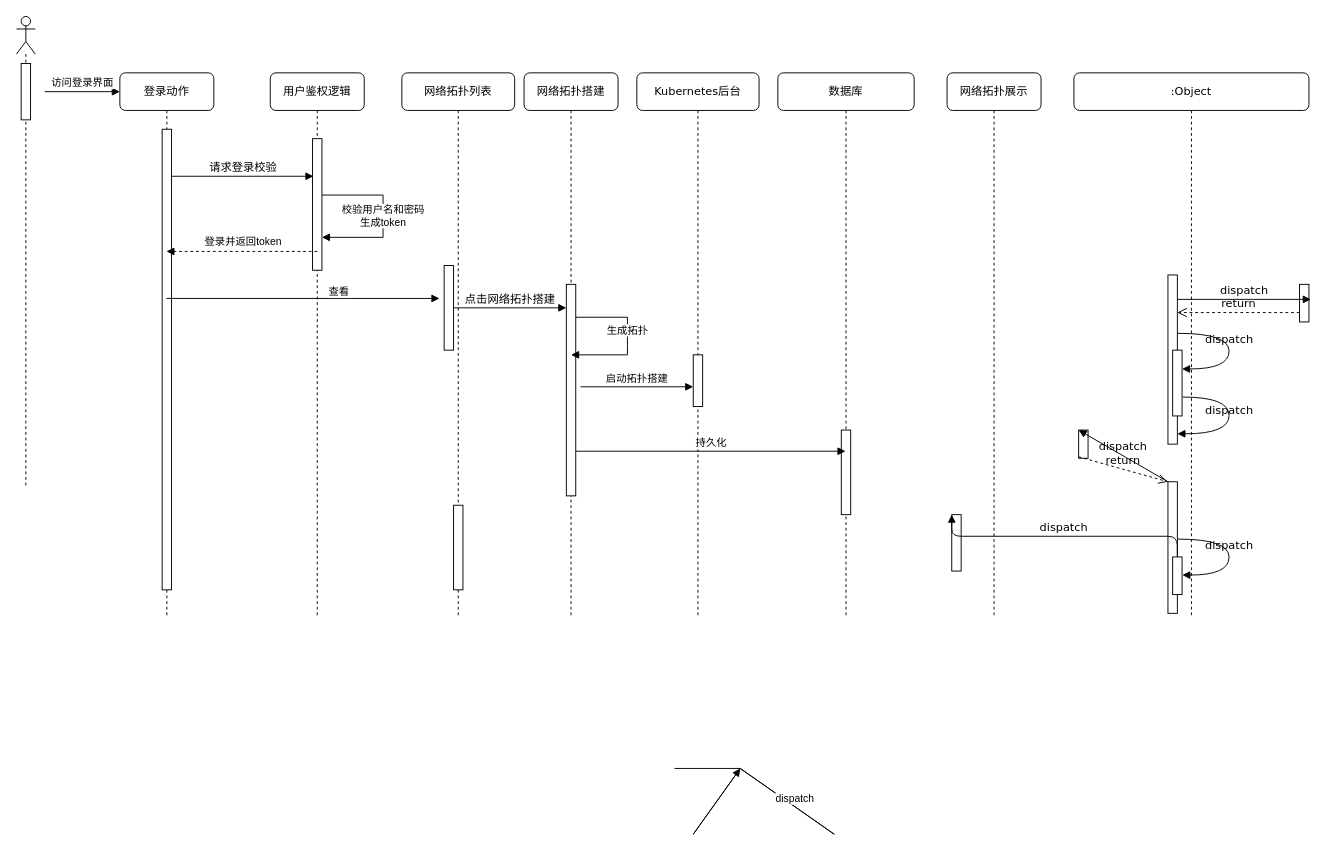
Earlier version of the draw.io diagram 时序图.drawio (lvxiansen/drawio). Source tidied: cells renumbered, new cells numbered last; positions are measured from the earlier drawing's top-left corner, leaving out a move shared by most shapes. Both pictures are drawn from the tidied source at 94%, with x=0, y=0 at pixel (16, 16).
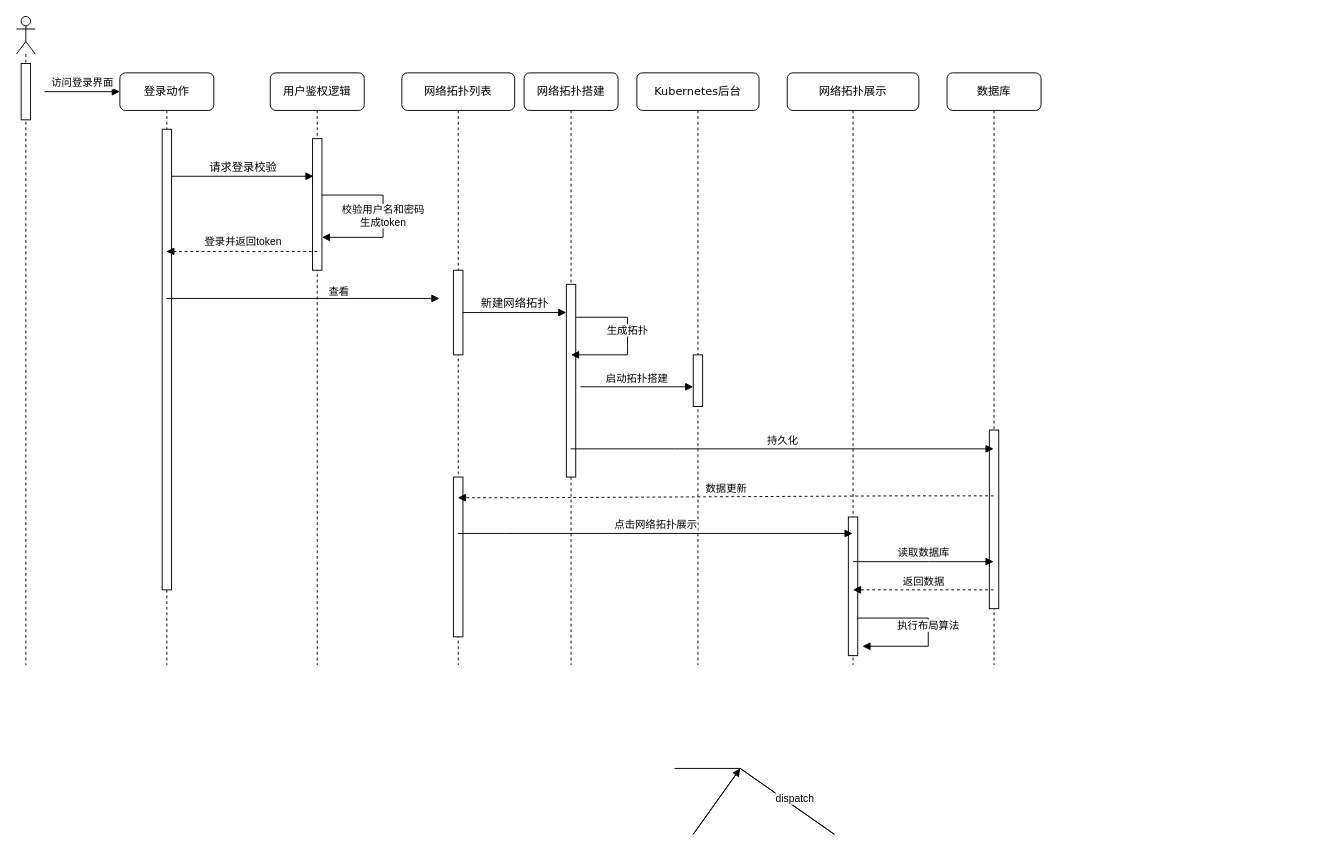
After the change.

Commit message (it also covers changes not shown here):
更新时序图.drawio

Change to the diagram source:
```diff
@@
     <mxCell id="2" value="网络拓扑列表" style="shape=umlLifeline;perimeter=lifelinePerimeter;whiteSpace=wrap;html=1;outlineConnect=0;rounded=1;shadow=0;comic=0;labelBackgroundColor=none;strokeWidth=1;fontFamily=Verdana;fontSize=12;align=center;" parent="1" vertex="1">
-      <mxGeometry x="410" y="60" width="120" height="580" as="geometry" />
+      <mxGeometry x="410" y="60" width="120" height="630" as="geometry" />
     </mxCell>
     <mxCell id="3" style="html=1;points=[];perimeter=orthogonalPerimeter;rounded=0;shadow=0;comic=0;labelBackgroundColor=none;strokeWidth=1;fontFamily=Verdana;fontSize=12;align=center;" parent="2" vertex="1">
-      <mxGeometry x="45" y="205" width="10" height="90" as="geometry" />
+      <mxGeometry x="55" y="210" width="10" height="90" as="geometry" />
     </mxCell>
     <mxCell id="4" style="rounded=0;whiteSpace=wrap;html=1;" parent="2" vertex="1">
-      <mxGeometry x="55" y="460" width="10" height="90" as="geometry" />
+      <mxGeometry x="55" y="430" width="10" height="170" as="geometry" />
     </mxCell>
     <mxCell id="5" value="网络拓扑搭建" style="shape=umlLifeline;perimeter=lifelinePerimeter;whiteSpace=wrap;html=1;outlineConnect=0;rounded=1;shadow=0;comic=0;labelBackgroundColor=none;strokeWidth=1;fontFamily=Verdana;fontSize=12;align=center;" parent="1" vertex="1">
-      <mxGeometry x="540" y="60" width="100" height="580" as="geometry" />
+      <mxGeometry x="540" y="60" width="100" height="630" as="geometry" />
     </mxCell>
     <mxCell id="6" style="html=1;points=[];perimeter=orthogonalPerimeter;rounded=0;shadow=0;comic=0;labelBackgroundColor=none;strokeWidth=1;fontFamily=Verdana;fontSize=12;align=center;" parent="5" vertex="1">
-      <mxGeometry x="45" y="225" width="10" height="225" as="geometry" />
+      <mxGeometry x="45" y="225" width="10" height="205" as="geometry" />
     </mxCell>
     <mxCell id="7" value="Kubernetes后台" style="shape=umlLifeline;perimeter=lifelinePerimeter;whiteSpace=wrap;html=1;rounded=1;shadow=0;comic=0;labelBackgroundColor=none;strokeWidth=1;fontFamily=Verdana;fontSize=12;align=center;" parent="1" vertex="1">
-      <mxGeometry x="660" y="60" width="130" height="580" as="geometry" />
+      <mxGeometry x="660" y="60" width="130" height="630" as="geometry" />
     </mxCell>
@@
     <mxCell id="11" value="数据库" style="shape=umlLifeline;perimeter=lifelinePerimeter;whiteSpace=wrap;html=1;outlineConnect=0;rounded=1;shadow=0;comic=0;labelBackgroundColor=none;strokeWidth=1;fontFamily=Verdana;fontSize=12;align=center;" parent="1" vertex="1">
-      <mxGeometry x="810" y="60" width="145" height="580" as="geometry" />
+      <mxGeometry x="990" y="60" width="100" height="630" as="geometry" />
     </mxCell>
     <mxCell id="12" style="rounded=0;whiteSpace=wrap;html=1;" parent="11" vertex="1">
-      <mxGeometry x="67.5" y="380" width="10" height="90" as="geometry" />
+      <mxGeometry x="45" y="380" width="10" height="190" as="geometry" />
     </mxCell>
     <mxCell id="13" value="网络拓扑展示" style="shape=umlLifeline;perimeter=lifelinePerimeter;whiteSpace=wrap;html=1;outlineConnect=0;rounded=1;shadow=0;comic=0;labelBackgroundColor=none;strokeWidth=1;fontFamily=Verdana;fontSize=12;align=center;" parent="1" vertex="1">
-      <mxGeometry x="990" y="60" width="100" height="580" as="geometry" />
+      <mxGeometry x="820" y="60" width="140" height="630" as="geometry" />
     </mxCell>
-    <mxCell id="14" value=":Object" style="shape=umlLifeline;perimeter=lifelinePerimeter;whiteSpace=wrap;html=1;rounded=1;shadow=0;comic=0;labelBackgroundColor=none;strokeWidth=1;fontFamily=Verdana;fontSize=12;align=center;" parent="1" vertex="1">
-      <mxGeometry x="1125" y="60" width="250" height="580" as="geometry" />
-    </mxCell>
-    <mxCell id="15" style="html=1;points=[];perimeter=orthogonalPerimeter;rounded=0;shadow=0;comic=0;labelBackgroundColor=none;strokeWidth=1;fontFamily=Verdana;fontSize=12;align=center;" parent="14" vertex="1">
-      <mxGeometry x="100" y="215" width="10" height="180" as="geometry" />
-    </mxCell>
-    <mxCell id="16" style="html=1;points=[];perimeter=orthogonalPerimeter;rounded=0;shadow=0;comic=0;labelBackgroundColor=none;strokeWidth=1;fontFamily=Verdana;fontSize=12;align=center;" parent="14" vertex="1">
-      <mxGeometry x="240" y="225" width="10" height="40" as="geometry" />
-    </mxCell>
-    <mxCell id="17" value="dispatch" style="html=1;verticalAlign=bottom;endArrow=block;entryX=1.2;entryY=0.4;labelBackgroundColor=none;fontFamily=Verdana;fontSize=12;edgeStyle=elbowEdgeStyle;elbow=vertical;entryDx=0;entryDy=0;entryPerimeter=0;" parent="14" edge="1" source="15" target="16">
-      <mxGeometry relative="1" as="geometry" />
-    </mxCell>
-    <mxCell id="18" value="return" style="html=1;verticalAlign=bottom;endArrow=open;dashed=1;endSize=8;labelBackgroundColor=none;fontFamily=Verdana;fontSize=12;edgeStyle=elbowEdgeStyle;elbow=vertical;" parent="14" edge="1" source="16" target="15">
-      <mxGeometry relative="1" as="geometry">
-        <Array as="points">
-          <mxPoint x="185" y="255" />
-          <mxPoint x="215" y="255" />
-        </Array>
-      </mxGeometry>
-    </mxCell>
-    <mxCell id="19" style="html=1;points=[];perimeter=orthogonalPerimeter;rounded=0;shadow=0;comic=0;labelBackgroundColor=none;strokeWidth=1;fontFamily=Verdana;fontSize=12;align=center;" parent="14" vertex="1">
-      <mxGeometry x="100" y="435" width="10" height="140" as="geometry" />
-    </mxCell>
-    <mxCell id="20" style="html=1;points=[];perimeter=orthogonalPerimeter;rounded=0;shadow=0;comic=0;labelBackgroundColor=none;strokeWidth=1;fontFamily=Verdana;fontSize=12;align=center;" parent="14" vertex="1">
-      <mxGeometry x="105" y="295" width="10" height="70" as="geometry" />
-    </mxCell>
-    <mxCell id="21" value="dispatch" style="html=1;verticalAlign=bottom;endArrow=block;labelBackgroundColor=none;fontFamily=Verdana;fontSize=12;elbow=vertical;edgeStyle=orthogonalEdgeStyle;curved=1;entryX=1;entryY=0.286;entryPerimeter=0;exitX=1.038;exitY=0.345;exitPerimeter=0;" parent="14" edge="1" source="15" target="20">
-      <mxGeometry relative="1" as="geometry">
-        <Array as="points">
-          <mxPoint x="165" y="277" />
-          <mxPoint x="165" y="315" />
-        </Array>
-      </mxGeometry>
-    </mxCell>
-    <mxCell id="22" value="dispatch" style="html=1;verticalAlign=bottom;endArrow=block;labelBackgroundColor=none;fontFamily=Verdana;fontSize=12;elbow=vertical;edgeStyle=orthogonalEdgeStyle;curved=1;exitX=1.066;exitY=0.713;exitPerimeter=0;" parent="14" edge="1" source="20">
-      <mxGeometry relative="1" as="geometry">
-        <mxPoint x="110" y="384" as="targetPoint" />
-        <Array as="points">
-          <mxPoint x="165" y="345" />
-          <mxPoint x="165" y="384" />
-        </Array>
-      </mxGeometry>
-    </mxCell>
-    <mxCell id="23" style="html=1;points=[];perimeter=orthogonalPerimeter;rounded=0;shadow=0;comic=0;labelBackgroundColor=none;strokeWidth=1;fontFamily=Verdana;fontSize=12;align=center;" parent="14" vertex="1">
-      <mxGeometry x="105" y="515" width="10" height="40" as="geometry" />
-    </mxCell>
-    <mxCell id="24" value="dispatch" style="html=1;verticalAlign=bottom;endArrow=block;labelBackgroundColor=none;fontFamily=Verdana;fontSize=12;elbow=vertical;edgeStyle=orthogonalEdgeStyle;curved=1;entryX=1;entryY=0.286;entryPerimeter=0;exitX=1.038;exitY=0.345;exitPerimeter=0;" parent="14" edge="1">
-      <mxGeometry relative="1" as="geometry">
-        <mxPoint x="110.3" y="496" as="sourcePoint" />
-        <mxPoint x="115.3" y="534.3" as="targetPoint" />
-        <Array as="points">
-          <mxPoint x="165" y="496" />
-          <mxPoint x="165" y="534" />
-        </Array>
-      </mxGeometry>
-    </mxCell>
+    <mxCell id="45" style="rounded=0;whiteSpace=wrap;html=1;" parent="13" vertex="1">
+      <mxGeometry x="65" y="472.5" width="10" height="147.5" as="geometry" />
+    </mxCell>
+    <mxCell id="46" value="返回数据" style="html=1;verticalAlign=bottom;endArrow=block;rounded=0;dashed=1;" parent="13" edge="1" source="11">
+      <mxGeometry relative="1" as="geometry">
+        <mxPoint x="70" y="550" as="targetPoint" />
+      </mxGeometry>
+    </mxCell>
+    <mxCell id="47" value="执行布局算法" style="html=1;verticalAlign=bottom;endArrow=block;rounded=0;" parent="13" edge="1">
+      <mxGeometry x="0.05" relative="1" as="geometry">
+        <mxPoint x="75" y="580" as="sourcePoint" />
+        <mxPoint x="80" y="610" as="targetPoint" />
+        <Array as="points">
+          <mxPoint x="150" y="580" />
+          <mxPoint x="150" y="610" />
+        </Array>
+      </mxGeometry>
+    </mxCell>
     <mxCell id="25" value="登录动作" style="shape=umlLifeline;perimeter=lifelinePerimeter;whiteSpace=wrap;html=1;outlineConnect=0;rounded=1;shadow=0;comic=0;labelBackgroundColor=none;strokeWidth=1;fontFamily=Verdana;fontSize=12;align=center;" parent="1" vertex="1">
-      <mxGeometry x="110" y="60" width="100" height="580" as="geometry" />
+      <mxGeometry x="110" y="60" width="100" height="630" as="geometry" />
     </mxCell>
@@
-    <mxCell id="27" style="html=1;points=[];perimeter=orthogonalPerimeter;rounded=0;shadow=0;comic=0;labelBackgroundColor=none;strokeColor=#000000;strokeWidth=1;fillColor=#FFFFFF;fontFamily=Verdana;fontSize=12;fontColor=#000000;align=center;" parent="1" vertex="1">
-      <mxGeometry x="1130" y="440" width="10" height="30" as="geometry" />
-    </mxCell>
-    <mxCell id="28" value="dispatch" style="html=1;verticalAlign=bottom;endArrow=block;entryX=0;entryY=0;labelBackgroundColor=none;fontFamily=Verdana;fontSize=12;" parent="1" edge="1" source="19" target="27">
-      <mxGeometry relative="1" as="geometry" />
-    </mxCell>
-    <mxCell id="29" value="return" style="html=1;verticalAlign=bottom;endArrow=open;dashed=1;endSize=8;exitX=0;exitY=0.95;labelBackgroundColor=none;fontFamily=Verdana;fontSize=12;" parent="1" edge="1" source="27" target="19">
-      <mxGeometry relative="1" as="geometry" />
-    </mxCell>
-    <mxCell id="30" style="html=1;points=[];perimeter=orthogonalPerimeter;rounded=0;shadow=0;comic=0;labelBackgroundColor=none;strokeWidth=1;fontFamily=Verdana;fontSize=12;align=center;" parent="1" vertex="1">
-      <mxGeometry x="995" y="530" width="10" height="60" as="geometry" />
-    </mxCell>
-    <mxCell id="31" value="dispatch" style="html=1;verticalAlign=bottom;endArrow=block;entryX=0;entryY=0;labelBackgroundColor=none;fontFamily=Verdana;fontSize=12;edgeStyle=elbowEdgeStyle;elbow=vertical;" parent="1" edge="1" source="23" target="30">
-      <mxGeometry relative="1" as="geometry" />
-    </mxCell>
@@
-    <mxCell id="33" value="点击网络拓扑搭建" style="html=1;verticalAlign=bottom;endArrow=block;labelBackgroundColor=none;fontFamily=Verdana;fontSize=12;edgeStyle=elbowEdgeStyle;elbow=vertical;" parent="1" edge="1" source="3" target="6">
+    <mxCell id="33" value="新建网络拓扑" style="html=1;verticalAlign=bottom;endArrow=block;labelBackgroundColor=none;fontFamily=Verdana;fontSize=12;edgeStyle=elbowEdgeStyle;elbow=vertical;" parent="1" edge="1" source="3" target="6">
       <mxGeometry relative="1" as="geometry">
         <Array as="points">
           <mxPoint x="590" y="340" />
           <mxPoint x="580" y="340" />
           <mxPoint x="590" y="340" />
         </Array>
       </mxGeometry>
     </mxCell>
     <mxCell id="34" value="用户鉴权逻辑" style="shape=umlLifeline;perimeter=lifelinePerimeter;whiteSpace=wrap;html=1;rounded=1;shadow=0;comic=0;labelBackgroundColor=none;strokeWidth=1;fontFamily=Verdana;fontSize=12;align=center;" parent="1" vertex="1">
-      <mxGeometry x="270" y="60" width="100" height="580" as="geometry" />
+      <mxGeometry x="270" y="60" width="100" height="630" as="geometry" />
     </mxCell>
@@
     <mxCell id="37" style="shape=umlLifeline;participant=umlActor;perimeter=lifelinePerimeter;whiteSpace=wrap;html=1;verticalAlign=top;spacingTop=36;" parent="1" vertex="1">
-      <mxGeometry width="20" height="500" as="geometry" />
+      <mxGeometry width="20" height="690" as="geometry" />
     </mxCell>
@@
-    <mxCell id="43" value="持久化" style="html=1;verticalAlign=bottom;endArrow=block;rounded=0;exitX=1;exitY=0.789;exitDx=0;exitDy=0;exitPerimeter=0;" parent="1" edge="1" source="6" target="11">
-      <mxGeometry relative="1" as="geometry" />
+    <mxCell id="43" value="持久化" style="html=1;verticalAlign=bottom;endArrow=block;rounded=0;" parent="1" edge="1" source="5" target="11">
+      <mxGeometry relative="1" as="geometry">
+        <Array as="points">
+          <mxPoint x="660" y="460" />
+          <mxPoint x="700" y="460" />
+        </Array>
+      </mxGeometry>
     </mxCell>
@@
+    <mxCell id="48" value="数据更新" style="html=1;verticalAlign=bottom;endArrow=block;rounded=0;dashed=1;" parent="1" edge="1" source="11" target="2">
+      <mxGeometry relative="1" as="geometry">
+        <Array as="points">
+          <mxPoint x="940" y="510" />
+          <mxPoint x="540" y="512" />
+          <mxPoint x="480" y="512" />
+        </Array>
+      </mxGeometry>
+    </mxCell>
+    <mxCell id="49" value="点击网络拓扑展示" style="html=1;verticalAlign=bottom;endArrow=block;rounded=0;" parent="1" edge="1" source="2" target="13">
+      <mxGeometry relative="1" as="geometry">
+        <Array as="points">
+          <mxPoint x="520" y="550" />
+        </Array>
+      </mxGeometry>
+    </mxCell>
+    <mxCell id="50" value="读取数据库" style="html=1;verticalAlign=bottom;endArrow=block;rounded=0;exitX=0.5;exitY=0.322;exitDx=0;exitDy=0;exitPerimeter=0;" parent="1" edge="1" source="45" target="11">
+      <mxGeometry relative="1" as="geometry">
+        <Array as="points">
+          <mxPoint x="970" y="580" />
+        </Array>
+      </mxGeometry>
+    </mxCell>
```
